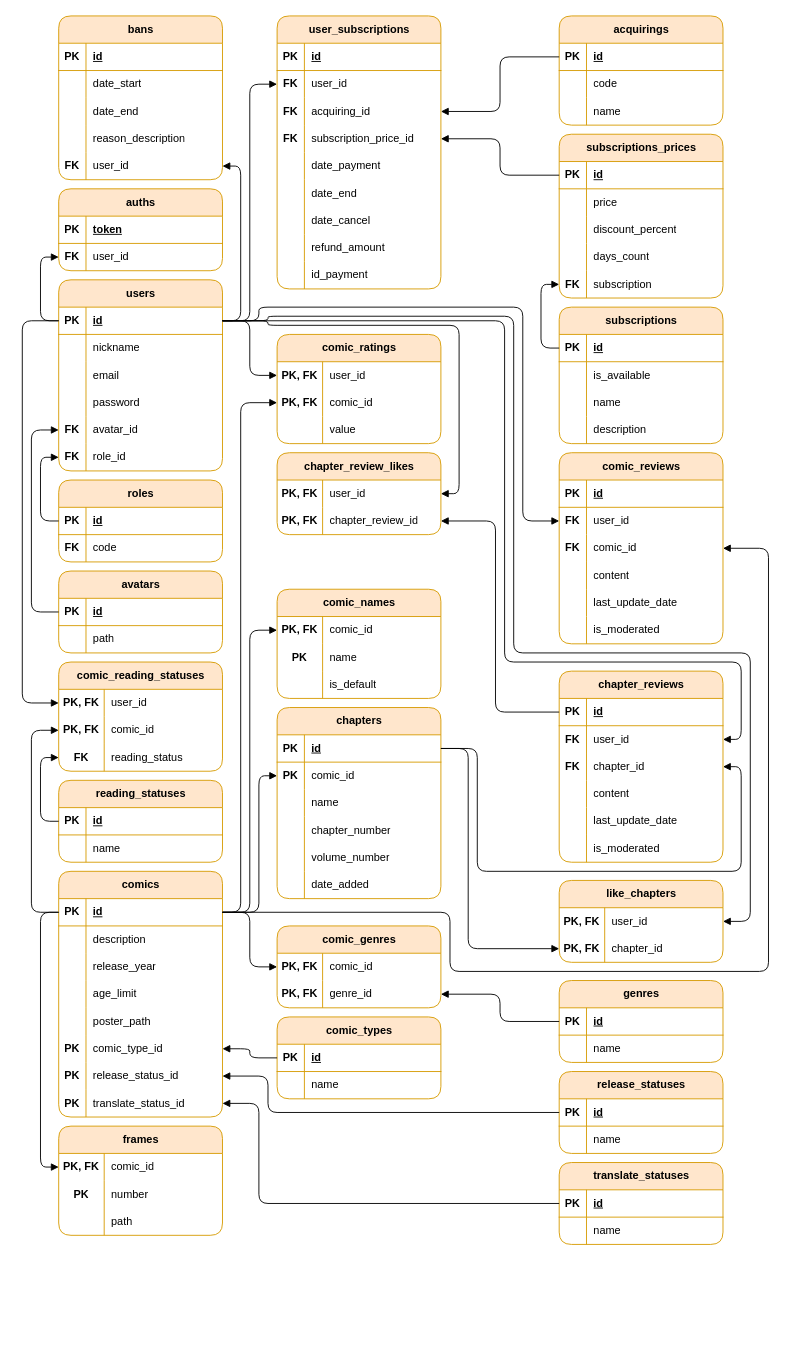
Earlier version of the draw.io diagram page "Логическая" (2 of 3) of ПМ.11/Модели базы данных.drawio (Zamelane/exams-3-course). Source tidied: cells renumbered, new cells numbered last; positions are measured from the earlier drawing's top-left corner, leaving out a move shared by most shapes. Both pictures are drawn from the tidied source at 91%, with x=0, y=0 at pixel (22, 15).
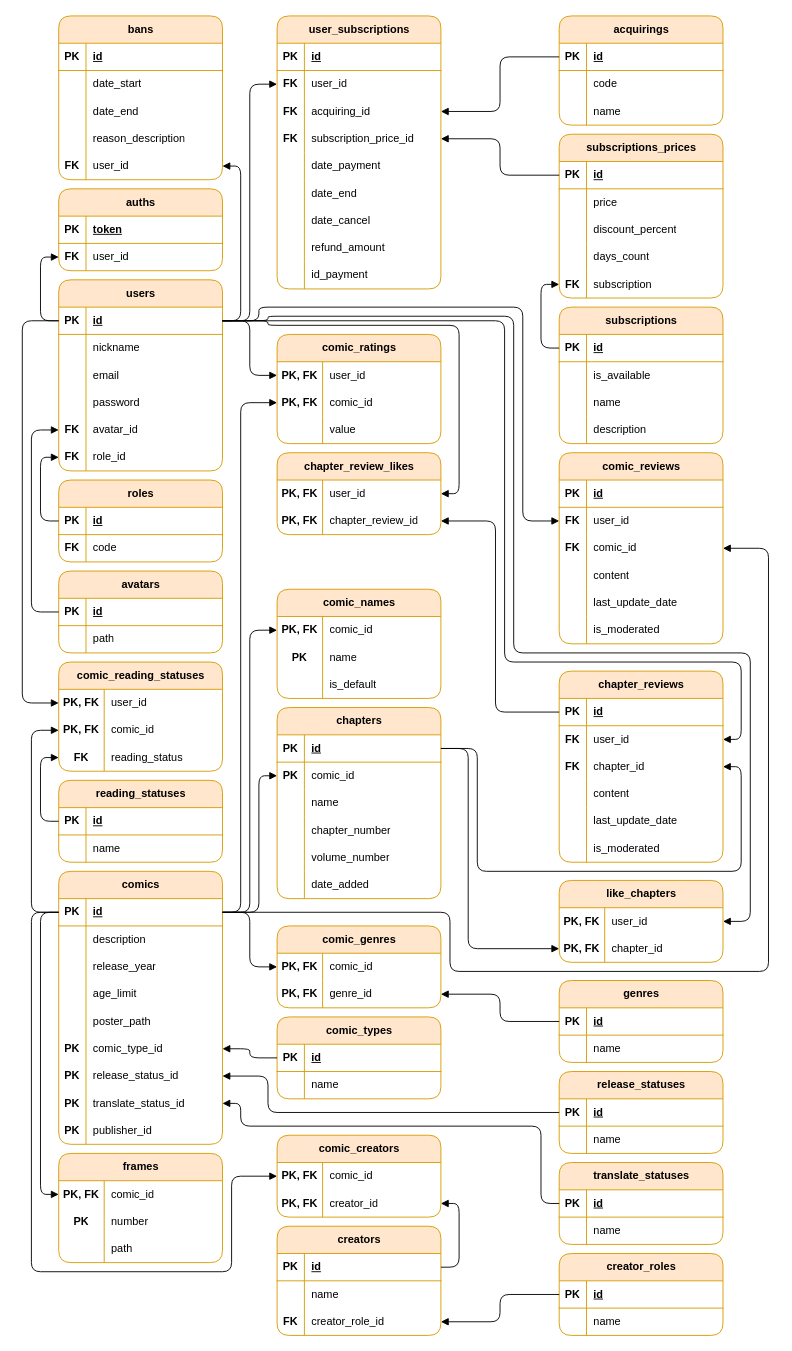
The same diagram, later.

Unchanged cells that the change refers to:
```xml
<mxCell id="215" style="shape=tableRow;horizontal=0;startSize=0;swimlaneHead=0;swimlaneBody=0;fillColor=none;points=[[0,0.5],[1,0.5]];portConstraint=eastwest;top=0;left=0;right=0;bottom=1;strokeColor=inherit;" parent="214" vertex="1">
  <mxGeometry y="30" width="180" height="30" as="geometry" />
</mxCell>
<mxCell id="236" style="shape=tableRow;horizontal=0;startSize=0;swimlaneHead=0;swimlaneBody=0;fillColor=none;points=[[0,0.5],[1,0.5]];portConstraint=eastwest;top=0;left=0;right=0;bottom=0;" parent="214" vertex="1">
  <mxGeometry y="240" width="180" height="30" as="geometry" />
</mxCell>
<mxCell id="319" style="shape=tableRow;horizontal=0;startSize=0;swimlaneHead=0;swimlaneBody=0;fillColor=none;points=[[0,0.5],[1,0.5]];portConstraint=eastwest;top=0;left=0;right=0;bottom=1;strokeColor=inherit;" parent="318" vertex="1">
  <mxGeometry y="30" width="180" height="30" as="geometry" />
</mxCell>
```

Change to the diagram source:
```diff
@@
     <mxCell id="214" value="comics" style="shape=table;startSize=30;childLayout=tableLayout;rowLines=0;fontStyle=1;align=center;html=1;rounded=1;fillColor=#ffe6cc;strokeColor=#d79b00;" parent="1" vertex="1">
-      <mxGeometry x="40" y="940" width="180" height="270" as="geometry" />
+      <mxGeometry x="40" y="940" width="180" height="300" as="geometry" />
     </mxCell>
@@
+    <mxCell id="332" style="shape=tableRow;horizontal=0;startSize=0;swimlaneHead=0;swimlaneBody=0;fillColor=none;top=0;left=0;right=0;bottom=0;" parent="214" vertex="1">
+      <mxGeometry y="270" width="180" height="30" as="geometry" />
+    </mxCell>
+    <mxCell id="333" value="PK" style="shape=partialRectangle;fillColor=none;top=0;left=0;bottom=0;right=0;overflow=hidden;whiteSpace=wrap;html=1;fontStyle=1;" parent="332" vertex="1">
+      <mxGeometry width="30" height="30" as="geometry" />
+    </mxCell>
+    <mxCell id="334" value="publisher_id" style="shape=partialRectangle;fillColor=none;top=0;left=0;bottom=0;right=0;align=left;spacingLeft=6;overflow=hidden;whiteSpace=wrap;html=1;" parent="332" vertex="1">
+      <mxGeometry x="30" width="150" height="30" as="geometry" />
+    </mxCell>
@@
     <mxCell id="284" value="frames" style="shape=table;startSize=30;childLayout=tableLayout;rowLines=0;fontStyle=1;align=center;html=1;rounded=1;fillColor=#ffe6cc;strokeColor=#d79b00;" parent="1" vertex="1">
-      <mxGeometry x="40" y="1220" width="180" height="120" as="geometry" />
+      <mxGeometry x="40" y="1250" width="180" height="120" as="geometry" />
     </mxCell>
@@
     <mxCell id="326" style="edgeStyle=orthogonalEdgeStyle;curved=0;rounded=1;jettySize=auto;html=1;exitX=0;exitY=0.5;exitDx=0;exitDy=0;entryX=1;entryY=0.5;entryDx=0;entryDy=0;strokeColor=default;align=center;verticalAlign=middle;fontFamily=Helvetica;fontSize=11;fontColor=default;labelBackgroundColor=default;endArrow=block;endFill=1;" parent="1" edge="1" source="319" target="236">
       <mxGeometry relative="1" as="geometry">
         <Array as="points">
-          <mxPoint x="260" y="1305" />
-          <mxPoint x="260" y="1195" />
+          <mxPoint x="570" y="1305" />
+          <mxPoint x="570" y="1220" />
+          <mxPoint x="240" y="1220" />
+          <mxPoint x="240" y="1195" />
         </Array>
       </mxGeometry>
     </mxCell>
@@
+    <mxCell id="335" value="creators" style="shape=table;startSize=30;childLayout=tableLayout;rowLines=0;fontStyle=1;align=center;html=1;rounded=1;fillColor=#ffe6cc;strokeColor=#d79b00;" parent="1" vertex="1">
+      <mxGeometry x="280" y="1330" width="180" height="120" as="geometry" />
+    </mxCell>
+    <mxCell id="336" style="shape=tableRow;horizontal=0;startSize=0;swimlaneHead=0;swimlaneBody=0;fillColor=none;points=[[0,0.5],[1,0.5]];portConstraint=eastwest;top=0;left=0;right=0;bottom=1;strokeColor=inherit;" parent="335" vertex="1">
+      <mxGeometry y="30" width="180" height="30" as="geometry" />
+    </mxCell>
+    <mxCell id="337" value="PK" style="shape=partialRectangle;fillColor=none;top=0;left=0;bottom=0;right=0;fontStyle=1;overflow=hidden;whiteSpace=wrap;html=1;strokeColor=default;" parent="336" vertex="1">
+      <mxGeometry width="30" height="30" as="geometry" />
+    </mxCell>
+    <mxCell id="338" value="id" style="shape=partialRectangle;fillColor=none;top=0;left=0;bottom=0;right=0;align=left;spacingLeft=6;fontStyle=5;overflow=hidden;whiteSpace=wrap;html=1;strokeColor=default;" parent="336" vertex="1">
+      <mxGeometry x="30" width="150" height="30" as="geometry" />
+    </mxCell>
+    <mxCell id="339" style="shape=tableRow;horizontal=0;startSize=0;swimlaneHead=0;swimlaneBody=0;fillColor=none;top=0;left=0;right=0;bottom=0;" parent="335" vertex="1">
+      <mxGeometry y="60" width="180" height="30" as="geometry" />
+    </mxCell>
+    <mxCell id="340" style="shape=partialRectangle;fillColor=none;top=0;left=0;bottom=0;right=0;overflow=hidden;whiteSpace=wrap;html=1;" parent="339" vertex="1">
+      <mxGeometry width="30" height="30" as="geometry" />
+    </mxCell>
+    <mxCell id="341" value="name" style="shape=partialRectangle;fillColor=none;top=0;left=0;bottom=0;right=0;align=left;spacingLeft=6;overflow=hidden;whiteSpace=wrap;html=1;" parent="339" vertex="1">
+      <mxGeometry x="30" width="150" height="30" as="geometry" />
+    </mxCell>
+    <mxCell id="342" style="shape=tableRow;horizontal=0;startSize=0;swimlaneHead=0;swimlaneBody=0;fillColor=none;points=[[0,0.5],[1,0.5]];portConstraint=eastwest;top=0;left=0;right=0;bottom=0;" parent="335" vertex="1">
+      <mxGeometry y="90" width="180" height="30" as="geometry" />
+    </mxCell>
+    <mxCell id="343" value="&lt;b&gt;FK&lt;/b&gt;" style="shape=partialRectangle;fillColor=none;top=0;left=0;bottom=0;right=0;overflow=hidden;whiteSpace=wrap;html=1;" parent="342" vertex="1">
+      <mxGeometry width="30" height="30" as="geometry" />
+    </mxCell>
+    <mxCell id="344" value="creator_role_id" style="shape=partialRectangle;fillColor=none;top=0;left=0;bottom=0;right=0;align=left;spacingLeft=6;overflow=hidden;whiteSpace=wrap;html=1;" parent="342" vertex="1">
+      <mxGeometry x="30" width="150" height="30" as="geometry" />
+    </mxCell>
+    <mxCell id="345" value="comic_creators" style="shape=table;startSize=30;childLayout=tableLayout;rowLines=0;fontStyle=1;align=center;html=1;rounded=1;fillColor=#ffe6cc;strokeColor=#d79b00;" parent="1" vertex="1">
+      <mxGeometry x="280" y="1230" width="180" height="90" as="geometry" />
+    </mxCell>
+    <mxCell id="346" style="shape=tableRow;horizontal=0;startSize=0;swimlaneHead=0;swimlaneBody=0;fillColor=none;points=[[0,0.5],[1,0.5]];portConstraint=eastwest;top=0;left=0;right=0;bottom=0;" parent="345" vertex="1">
+      <mxGeometry y="30" width="180" height="30" as="geometry" />
+    </mxCell>
+    <mxCell id="347" value="&lt;b&gt;PK, FK&lt;/b&gt;" style="shape=partialRectangle;fillColor=none;top=0;left=0;bottom=0;right=0;overflow=hidden;whiteSpace=wrap;html=1;" parent="346" vertex="1">
+      <mxGeometry width="50" height="30" as="geometry" />
+    </mxCell>
+    <mxCell id="348" value="comic_id" style="shape=partialRectangle;fillColor=none;top=0;left=0;bottom=0;right=0;align=left;spacingLeft=6;overflow=hidden;whiteSpace=wrap;html=1;" parent="346" vertex="1">
+      <mxGeometry x="50" width="130" height="30" as="geometry" />
+    </mxCell>
+    <mxCell id="349" style="shape=tableRow;horizontal=0;startSize=0;swimlaneHead=0;swimlaneBody=0;fillColor=none;points=[[0,0.5],[1,0.5]];portConstraint=eastwest;top=0;left=0;right=0;bottom=0;" parent="345" vertex="1">
+      <mxGeometry y="60" width="180" height="30" as="geometry" />
+    </mxCell>
+    <mxCell id="350" value="&lt;b&gt;PK, FK&lt;/b&gt;" style="shape=partialRectangle;fillColor=none;top=0;left=0;bottom=0;right=0;overflow=hidden;whiteSpace=wrap;html=1;" parent="349" vertex="1">
+      <mxGeometry width="50" height="30" as="geometry" />
+    </mxCell>
+    <mxCell id="351" value="creator_id" style="shape=partialRectangle;fillColor=none;top=0;left=0;bottom=0;right=0;align=left;spacingLeft=6;overflow=hidden;whiteSpace=wrap;html=1;" parent="349" vertex="1">
+      <mxGeometry x="50" width="130" height="30" as="geometry" />
+    </mxCell>
+    <mxCell id="352" style="edgeStyle=orthogonalEdgeStyle;curved=0;rounded=1;jettySize=auto;html=1;exitX=0;exitY=0.5;exitDx=0;exitDy=0;entryX=0;entryY=0.5;entryDx=0;entryDy=0;strokeColor=default;align=center;verticalAlign=middle;fontFamily=Helvetica;fontSize=11;fontColor=default;labelBackgroundColor=default;endArrow=block;endFill=1;" parent="1" edge="1" source="215" target="346">
+      <mxGeometry relative="1" as="geometry">
+        <Array as="points">
+          <mxPoint x="10" y="985" />
+          <mxPoint x="10" y="1380" />
+          <mxPoint x="230" y="1380" />
+          <mxPoint x="230" y="1275" />
+        </Array>
+      </mxGeometry>
+    </mxCell>
+    <mxCell id="353" value="creator_roles" style="shape=table;startSize=30;childLayout=tableLayout;rowLines=0;fontStyle=1;align=center;html=1;rounded=1;fillColor=#ffe6cc;strokeColor=#d79b00;" parent="1" vertex="1">
+      <mxGeometry x="590" y="1360" width="180" height="90" as="geometry" />
+    </mxCell>
+    <mxCell id="354" style="shape=tableRow;horizontal=0;startSize=0;swimlaneHead=0;swimlaneBody=0;fillColor=none;points=[[0,0.5],[1,0.5]];portConstraint=eastwest;top=0;left=0;right=0;bottom=1;strokeColor=inherit;" parent="353" vertex="1">
+      <mxGeometry y="30" width="180" height="30" as="geometry" />
+    </mxCell>
+    <mxCell id="355" value="PK" style="shape=partialRectangle;fillColor=none;top=0;left=0;bottom=0;right=0;fontStyle=1;overflow=hidden;whiteSpace=wrap;html=1;strokeColor=default;" parent="354" vertex="1">
+      <mxGeometry width="30" height="30" as="geometry" />
+    </mxCell>
+    <mxCell id="356" value="id" style="shape=partialRectangle;fillColor=none;top=0;left=0;bottom=0;right=0;align=left;spacingLeft=6;fontStyle=5;overflow=hidden;whiteSpace=wrap;html=1;strokeColor=default;" parent="354" vertex="1">
+      <mxGeometry x="30" width="150" height="30" as="geometry" />
+    </mxCell>
+    <mxCell id="357" style="shape=tableRow;horizontal=0;startSize=0;swimlaneHead=0;swimlaneBody=0;fillColor=none;top=0;left=0;right=0;bottom=0;" parent="353" vertex="1">
+      <mxGeometry y="60" width="180" height="30" as="geometry" />
+    </mxCell>
+    <mxCell id="358" style="shape=partialRectangle;fillColor=none;top=0;left=0;bottom=0;right=0;overflow=hidden;whiteSpace=wrap;html=1;" parent="357" vertex="1">
+      <mxGeometry width="30" height="30" as="geometry" />
+    </mxCell>
+    <mxCell id="359" value="name" style="shape=partialRectangle;fillColor=none;top=0;left=0;bottom=0;right=0;align=left;spacingLeft=6;overflow=hidden;whiteSpace=wrap;html=1;" parent="357" vertex="1">
+      <mxGeometry x="30" width="150" height="30" as="geometry" />
+    </mxCell>
+    <mxCell id="360" style="edgeStyle=orthogonalEdgeStyle;curved=0;rounded=1;jettySize=auto;html=1;exitX=0;exitY=0.5;exitDx=0;exitDy=0;entryX=1;entryY=0.5;entryDx=0;entryDy=0;strokeColor=default;align=center;verticalAlign=middle;fontFamily=Helvetica;fontSize=11;fontColor=default;labelBackgroundColor=default;endArrow=block;endFill=1;" parent="1" edge="1" source="354" target="342">
+      <mxGeometry relative="1" as="geometry" />
+    </mxCell>
+    <mxCell id="361" style="edgeStyle=orthogonalEdgeStyle;curved=0;rounded=1;jettySize=auto;html=1;exitX=1;exitY=0.5;exitDx=0;exitDy=0;entryX=1;entryY=0.5;entryDx=0;entryDy=0;strokeColor=default;align=center;verticalAlign=middle;fontFamily=Helvetica;fontSize=11;fontColor=default;labelBackgroundColor=default;endArrow=block;endFill=1;" parent="1" edge="1" source="336" target="349">
+      <mxGeometry relative="1" as="geometry" />
+    </mxCell>
```
